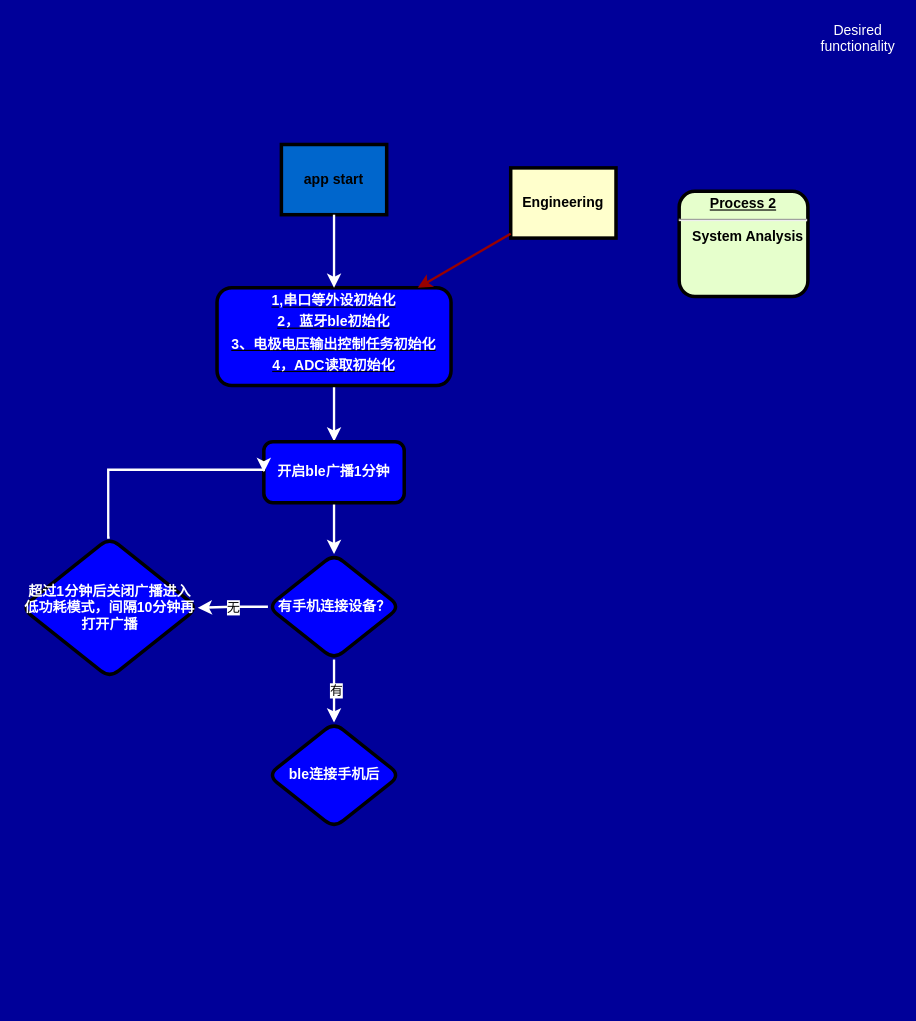
The draw.io diagram draw_io_for_work/未命名绘图.drawio in doctor1cong/draw_flow_chart, before the edit. Source tidied: cells renumbered, new cells numbered last; positions are measured from the earlier drawing's top-left corner, leaving out a move shared by most shapes. Both pictures are drawn from the tidied source at 117%, with x=0, y=0 at pixel (21, 20).
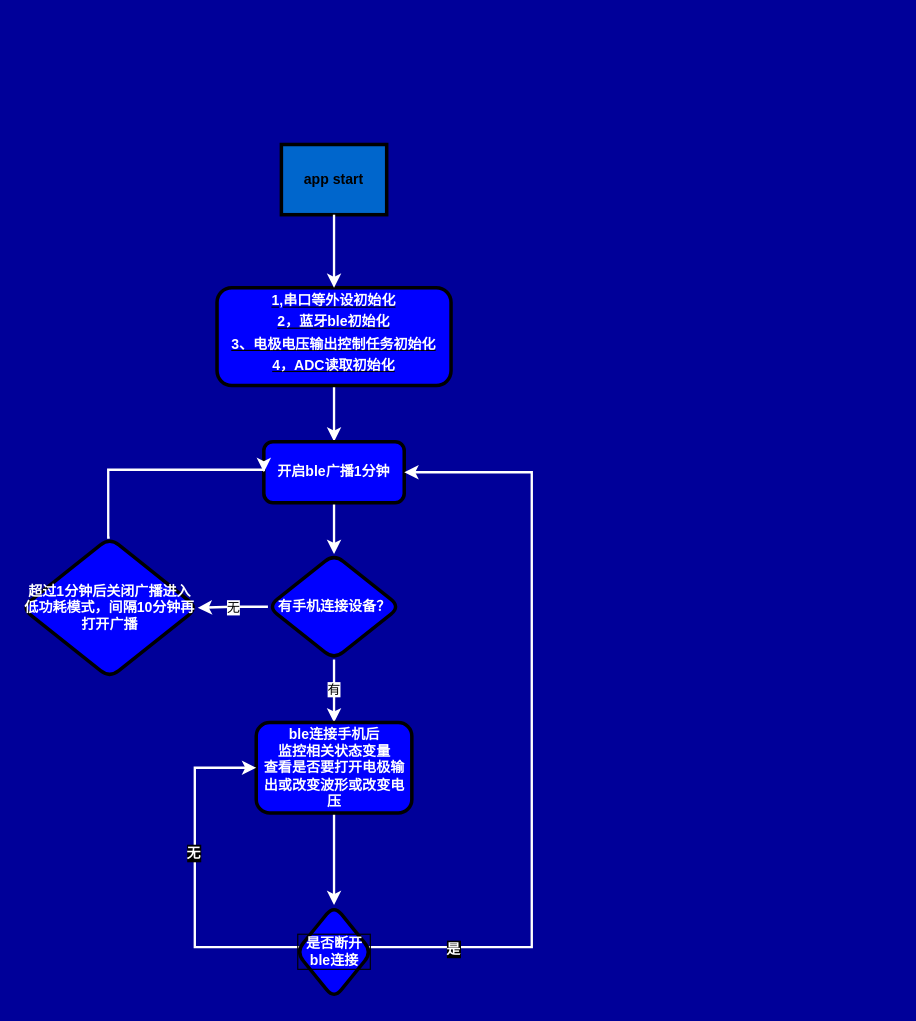
The same page after the edit.

Commit message:
更新未命名绘图.drawio

The change refers to these unchanged cells:
```xml
<mxCell id="3" value="&lt;p style=&quot;margin: 0px; margin-top: 4px; text-align: center; text-decoration: underline;&quot;&gt;&lt;font color=&quot;#ffffff&quot;&gt;1,串口等外设初始化&lt;/font&gt;&lt;/p&gt;&lt;p style=&quot;margin: 0px; margin-top: 4px; text-align: center; text-decoration: underline;&quot;&gt;&lt;font color=&quot;#ffffff&quot;&gt;2，蓝牙ble初始化&lt;/font&gt;&lt;/p&gt;&lt;p style=&quot;margin: 0px; margin-top: 4px; text-align: center; text-decoration: underline;&quot;&gt;&lt;font color=&quot;#ffffff&quot;&gt;3、电极电压输出控制任务初始化&lt;/font&gt;&lt;/p&gt;&lt;p style=&quot;margin: 0px; margin-top: 4px; text-align: center; text-decoration: underline;&quot;&gt;&lt;font color=&quot;#ffffff&quot;&gt;4，ADC读取初始化&lt;/font&gt;&lt;/p&gt;" style="verticalAlign=middle;align=center;overflow=fill;fontSize=12;fontFamily=Helvetica;html=1;rounded=1;fontStyle=1;strokeWidth=3;fillColor=#0000FF;" parent="1" vertex="1">
  <mxGeometry x="167" y="228.5" width="200" height="83.5" as="geometry" />
</mxCell>
<mxCell id="11" value="&lt;div&gt;&lt;span style=&quot;color: rgb(255, 255, 255); background-color: initial;&quot;&gt;开启ble广播1分钟&lt;/span&gt;&lt;br&gt;&lt;/div&gt;" style="whiteSpace=wrap;html=1;fillColor=#0000FF;rounded=1;fontStyle=1;strokeWidth=3;" parent="1" vertex="1">
  <mxGeometry x="207" y="360" width="120" height="52.2" as="geometry" />
</mxCell>
<mxCell id="16" value="&lt;font color=&quot;#ffffff&quot;&gt;有手机连接设备？&lt;/font&gt;" style="rhombus;whiteSpace=wrap;html=1;fillColor=#0000FF;rounded=1;fontStyle=1;strokeWidth=3;" parent="1" vertex="1">
  <mxGeometry x="210.5" y="456" width="113" height="90.2" as="geometry" />
</mxCell>
```

Diff of the diagram source:
```diff
@@
-    <mxCell id="4" value="Engineering" style="whiteSpace=wrap;align=center;verticalAlign=middle;fontStyle=1;strokeWidth=3;fillColor=#FFFFCC;" parent="1" vertex="1">
-      <mxGeometry x="418" y="126" width="90" height="60" as="geometry" />
-    </mxCell>
@@
-    <mxCell id="6" value="&lt;p style=&quot;margin: 0px; margin-top: 4px; text-align: center; text-decoration: underline;&quot;&gt;&lt;strong&gt;Process 2&lt;br /&gt;&lt;/strong&gt;&lt;/p&gt;&lt;hr /&gt;&lt;p style=&quot;margin: 0px; margin-left: 8px;&quot;&gt;System Analysis&lt;/p&gt;" style="verticalAlign=middle;align=center;overflow=fill;fontSize=12;fontFamily=Helvetica;html=1;rounded=1;fontStyle=1;strokeWidth=3;fillColor=#E6FFCC;" parent="1" vertex="1">
-      <mxGeometry x="562" y="146" width="110" height="90" as="geometry" />
-    </mxCell>
-    <mxCell id="7" style="edgeStyle=none;noEdgeStyle=1;strokeColor=#990000;strokeWidth=2;" parent="1" edge="1" source="4" target="3">
-      <mxGeometry relative="1" as="geometry" />
-    </mxCell>
@@
-    <mxCell id="9" value="Desired &#10;functionality" style="text;spacingTop=-5;align=center;fontColor=#FFFFFF;" parent="1" vertex="1">
-      <mxGeometry x="700" width="30" height="20" as="geometry" />
-    </mxCell>
@@
-    <mxCell id="14" style="edgeStyle=orthogonalEdgeStyle;rounded=0;jettySize=auto;html=1;strokeWidth=2;strokeColor=#FFFFFF;" parent="1" edge="1" source="16" target="19">
-      <mxGeometry relative="1" as="geometry" />
-    </mxCell>
+    <mxCell id="20" style="edgeStyle=orthogonalEdgeStyle;rounded=0;jettySize=auto;html=1;strokeWidth=2;strokeColor=#FFFFFF;" parent="1" edge="1" source="16" target="22">
+      <mxGeometry relative="1" as="geometry" />
+    </mxCell>
-    <mxCell id="15" value="有" style="edgeLabel;html=1;align=center;verticalAlign=middle;" parent="14" vertex="1">
-      <mxGeometry x="-0.02" y="1" relative="1" as="geometry" />
+    <mxCell id="15" value="有" style="edgeLabel;html=1;align=center;verticalAlign=middle;" parent="20" vertex="1">
+      <mxGeometry x="-0.08" y="-1" relative="1" as="geometry" />
     </mxCell>
@@
-    <mxCell id="19" value="&lt;font color=&quot;#ffffff&quot;&gt;ble连接手机后&lt;/font&gt;" style="rhombus;whiteSpace=wrap;html=1;fillColor=#0000FF;rounded=1;fontStyle=1;strokeWidth=3;" parent="1" vertex="1">
-      <mxGeometry x="210.5" y="600" width="113" height="90.2" as="geometry" />
-    </mxCell>
+    <mxCell id="21" style="edgeStyle=orthogonalEdgeStyle;shape=connector;rounded=0;jettySize=auto;html=1;strokeColor=#FFFFFF;strokeWidth=2;align=center;verticalAlign=middle;fontFamily=Helvetica;fontSize=11;fontColor=default;labelBackgroundColor=default;endArrow=classic;" parent="1" edge="1" source="22" target="27">
+      <mxGeometry relative="1" as="geometry" />
+    </mxCell>
+    <mxCell id="22" value="&lt;font color=&quot;#ffffff&quot;&gt;ble连接手机后&lt;/font&gt;&lt;div&gt;&lt;font color=&quot;#ffffff&quot;&gt;监控相关状态变量&lt;/font&gt;&lt;/div&gt;&lt;div&gt;&lt;font color=&quot;#ffffff&quot;&gt;查看是否要打开电极输出或改变波形或改变电压&lt;/font&gt;&lt;/div&gt;" style="whiteSpace=wrap;html=1;fillColor=#0000FF;rounded=1;fontStyle=1;strokeWidth=3;" parent="1" vertex="1">
+      <mxGeometry x="200.5" y="600" width="133" height="77.4" as="geometry" />
+    </mxCell>
+    <mxCell id="23" style="edgeStyle=orthogonalEdgeStyle;shape=connector;rounded=0;jettySize=auto;html=1;entryX=0;entryY=0.5;entryDx=0;entryDy=0;strokeColor=#FFFFFF;strokeWidth=2;align=center;verticalAlign=middle;fontFamily=Helvetica;fontSize=12;fontColor=#FFFFFF;fontStyle=1;labelBackgroundColor=default;endArrow=classic;" parent="1" edge="1" source="27" target="22">
+      <mxGeometry relative="1" as="geometry">
+        <Array as="points">
+          <mxPoint x="148" y="792" />
+          <mxPoint x="148" y="639" />
+        </Array>
+      </mxGeometry>
+    </mxCell>
+    <mxCell id="24" value="无" style="edgeLabel;html=1;align=center;verticalAlign=middle;rounded=1;strokeColor=default;strokeWidth=3;fontFamily=Helvetica;fontSize=12;fontColor=#FFFFFF;fontStyle=1;fillColor=#0000FF;labelBackgroundColor=#000000;" parent="23" vertex="1">
+      <mxGeometry x="0.15" y="2" relative="1" as="geometry" />
+    </mxCell>
+    <mxCell id="25" style="edgeStyle=orthogonalEdgeStyle;shape=connector;rounded=0;jettySize=auto;html=1;strokeColor=#FFFFFF;strokeWidth=2;align=center;verticalAlign=middle;fontFamily=Helvetica;fontSize=12;fontColor=#FFFFFF;fontStyle=1;labelBackgroundColor=default;endArrow=classic;entryX=1;entryY=0.5;entryDx=0;entryDy=0;" parent="1" edge="1" source="27" target="11">
+      <mxGeometry relative="1" as="geometry">
+        <Array as="points">
+          <mxPoint x="436" y="792" />
+          <mxPoint x="436" y="386" />
+        </Array>
+      </mxGeometry>
+    </mxCell>
+    <mxCell id="26" value="是" style="edgeLabel;html=1;align=center;verticalAlign=middle;rounded=1;strokeColor=default;strokeWidth=3;fontFamily=Helvetica;fontSize=12;fontColor=#FFFFFF;fontStyle=1;fillColor=#0000FF;labelBackgroundColor=#000000;" parent="25" vertex="1">
+      <mxGeometry x="-0.78" y="-1" relative="1" as="geometry" />
+    </mxCell>
+    <mxCell id="27" value="是否断开ble连接" style="rhombus;whiteSpace=wrap;html=1;fillColor=#0000FF;rounded=1;fontStyle=1;strokeWidth=3;fontColor=#FFFFFF;labelBorderColor=default;" parent="1" vertex="1">
+      <mxGeometry x="234.5" y="756.1" width="65" height="80" as="geometry" />
+    </mxCell>
```
